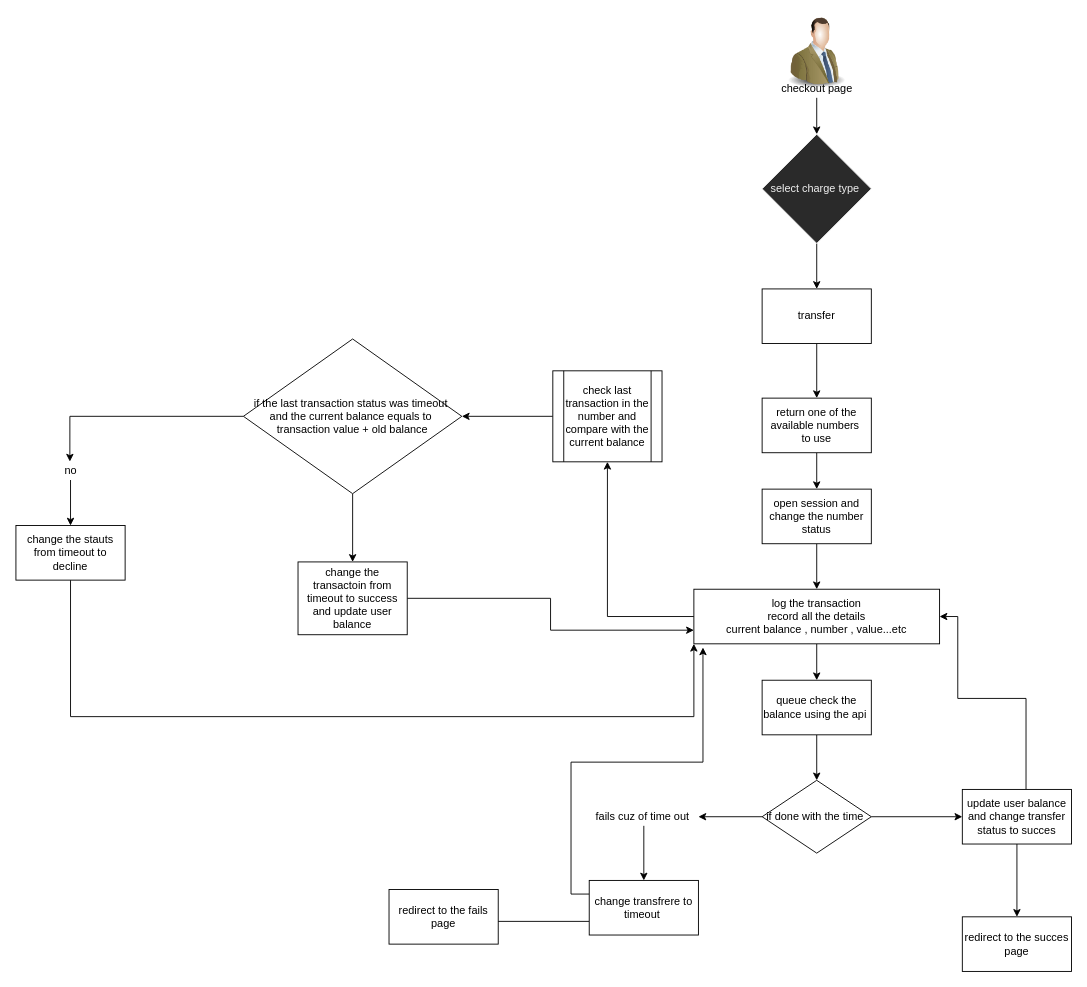
This is page "transfer-checkout" (4 of 4) of document.drawio from IQ-Devs/gate, a draw.io file, before an edit. Source tidied: cells renumbered, new cells numbered last; positions are measured from the earlier drawing's top-left corner, leaving out a move shared by most shapes. Both pictures are drawn from the tidied source at 91%, with x=0, y=0 at pixel (15, 15).
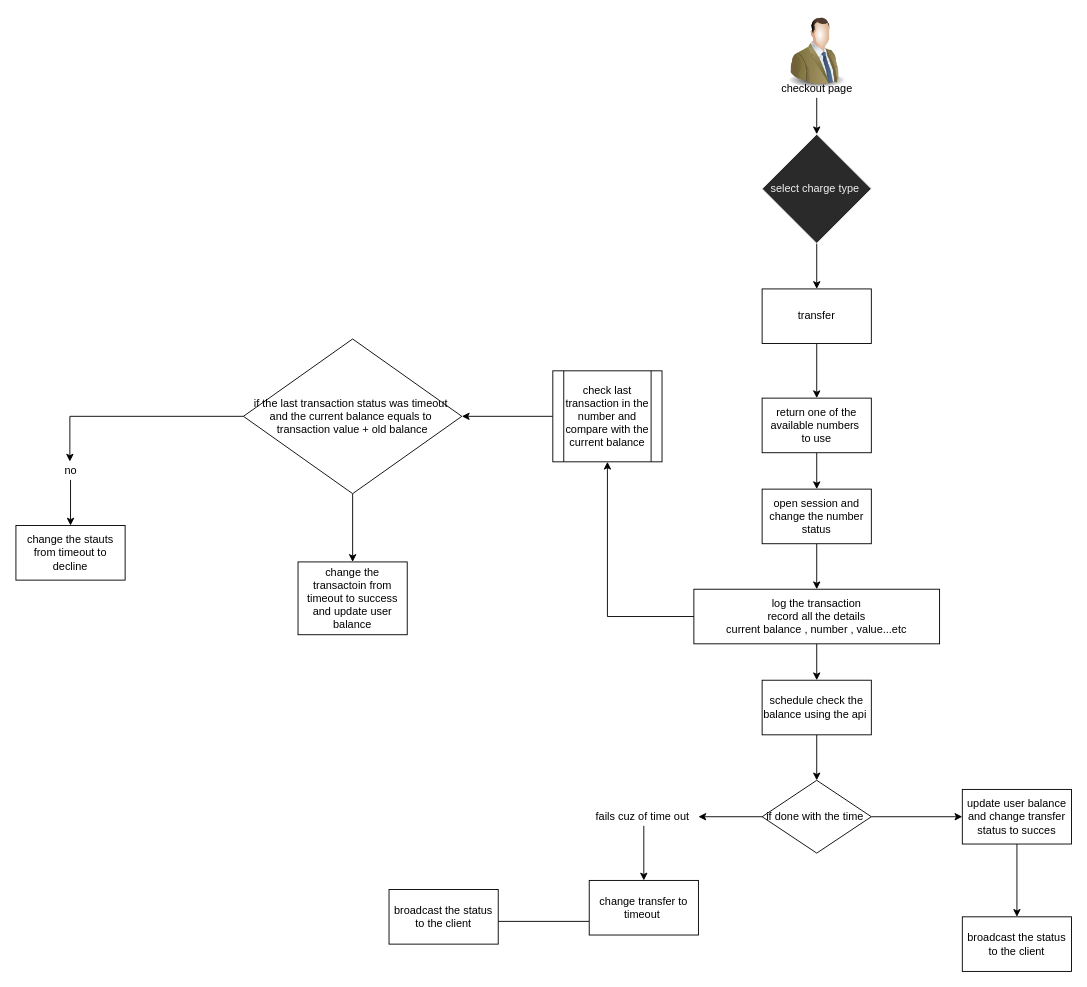
The same diagram, later.

Unchanged cells that the change refers to:
```xml
<mxCell id="13" value="log the transaction&lt;br&gt;record all the details&lt;br&gt;current balance , number , value...etc" style="whiteSpace=wrap;html=1;" parent="1" vertex="1">
  <mxGeometry x="745" y="630" width="270" height="60" as="geometry" />
</mxCell>
<mxCell id="16" value="update user balance&lt;br&gt;and change transfer status to succes" style="whiteSpace=wrap;html=1;" parent="1" vertex="1">
  <mxGeometry x="1040" y="850" width="120" height="60" as="geometry" />
</mxCell>
<mxCell id="30" value="change the transactoin from timeout to success&lt;br&gt;and update user balance&lt;br&gt;" style="whiteSpace=wrap;html=1;" parent="1" vertex="1">
  <mxGeometry x="310" y="600" width="120" height="80" as="geometry" />
</mxCell>
<mxCell id="41" value="change the stauts from timeout to decline" style="whiteSpace=wrap;html=1;" parent="1" vertex="1">
  <mxGeometry y="560" width="120" height="60" as="geometry" />
</mxCell>
```

Diff of the diagram source:
```diff
@@
-    <mxCell id="14" style="edgeStyle=orthogonalEdgeStyle;rounded=0;jettySize=auto;html=1;entryX=1;entryY=0.5;entryDx=0;entryDy=0;" parent="1" edge="1" source="16" target="13">
-      <mxGeometry relative="1" as="geometry">
-        <Array as="points">
-          <mxPoint x="1110" y="750" />
-          <mxPoint x="1035" y="750" />
-          <mxPoint x="1035" y="660" />
-        </Array>
-      </mxGeometry>
-    </mxCell>
@@
-    <mxCell id="20" value="queue check the balance using the api&amp;nbsp;" style="whiteSpace=wrap;html=1;" parent="1" vertex="1">
+    <mxCell id="20" value="schedule check the balance using the api&amp;nbsp;" style="whiteSpace=wrap;html=1;" parent="1" vertex="1">
       <mxGeometry x="820" y="730" width="120" height="60" as="geometry" />
     </mxCell>
@@
-    <mxCell id="29" style="edgeStyle=orthogonalEdgeStyle;rounded=0;jettySize=auto;html=1;entryX=0;entryY=0.75;entryDx=0;entryDy=0;" parent="1" edge="1" source="30" target="13">
-      <mxGeometry relative="1" as="geometry" />
-    </mxCell>
@@
-    <mxCell id="31" value="redirect to the succes page" style="whiteSpace=wrap;html=1;" parent="1" vertex="1">
+    <mxCell id="31" value="broadcast the status to the client" style="whiteSpace=wrap;html=1;" parent="1" vertex="1">
       <mxGeometry x="1040" y="990" width="120" height="60" as="geometry" />
     </mxCell>
@@
-    <mxCell id="34" style="edgeStyle=orthogonalEdgeStyle;rounded=0;jettySize=auto;html=1;exitX=0;exitY=0.25;exitDx=0;exitDy=0;entryX=0.037;entryY=1.067;entryDx=0;entryDy=0;entryPerimeter=0;" parent="1" edge="1" source="36" target="13">
-      <mxGeometry relative="1" as="geometry" />
-    </mxCell>
@@
-    <mxCell id="36" value="change transfrere to timeout&amp;nbsp;" style="whiteSpace=wrap;html=1;" parent="1" vertex="1">
+    <mxCell id="36" value="change transfer to timeout&amp;nbsp;" style="whiteSpace=wrap;html=1;" parent="1" vertex="1">
       <mxGeometry x="630" y="950" width="120" height="60" as="geometry" />
     </mxCell>
-    <mxCell id="37" value="redirect to the fails page" style="whiteSpace=wrap;html=1;" parent="1" vertex="1">
+    <mxCell id="37" value="broadcast the status to the client" style="whiteSpace=wrap;html=1;" parent="1" vertex="1">
       <mxGeometry x="410" y="960" width="120" height="60" as="geometry" />
     </mxCell>
@@
-    <mxCell id="40" style="edgeStyle=orthogonalEdgeStyle;rounded=0;jettySize=auto;html=1;entryX=0;entryY=1;entryDx=0;entryDy=0;" parent="1" edge="1" source="41" target="13">
-      <mxGeometry relative="1" as="geometry">
-        <Array as="points">
-          <mxPoint x="60" y="770" />
-          <mxPoint x="745" y="770" />
-        </Array>
-      </mxGeometry>
-    </mxCell>
```
